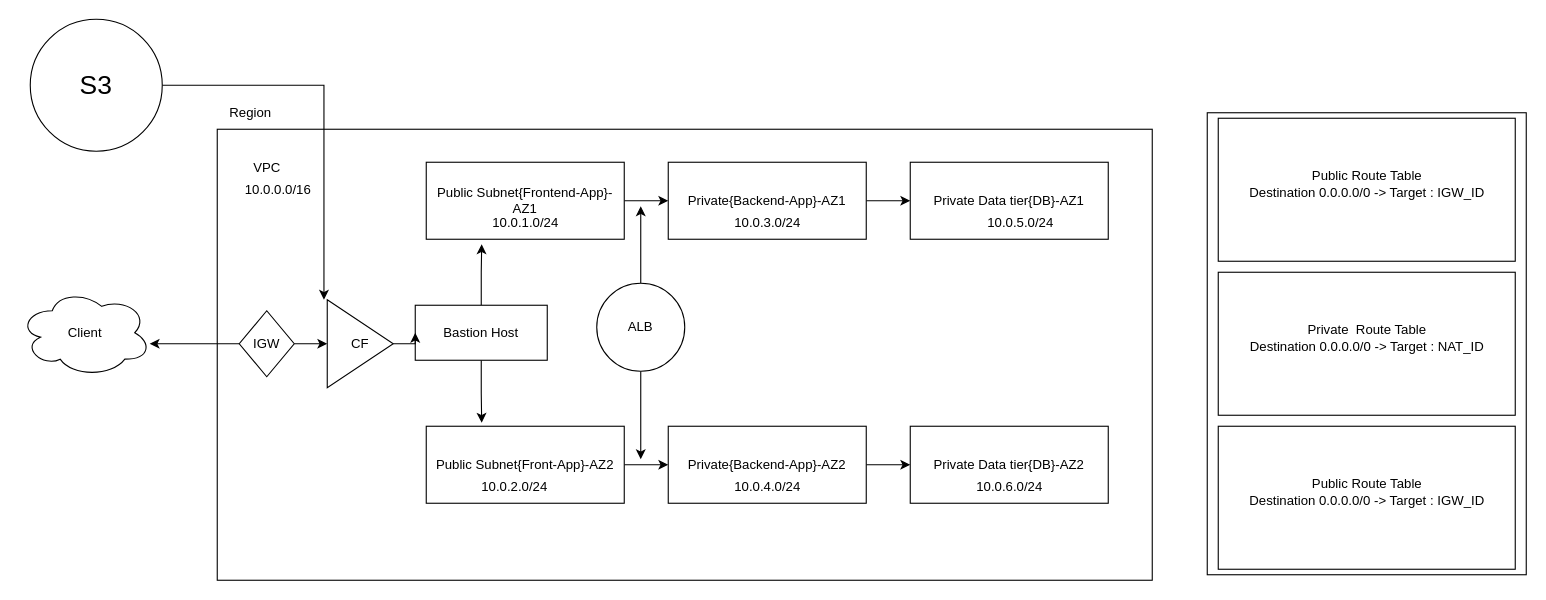
This is .drawio from varadharajanravi/Varadharajanravi.github.io, a draw.io file, before an edit. Source tidied: cells renumbered, new cells numbered last; positions are measured from the earlier drawing's top-left corner, leaving out a move shared by most shapes. Both pictures are drawn from the tidied source at 110%, with x=0, y=0 at pixel (19, 19).
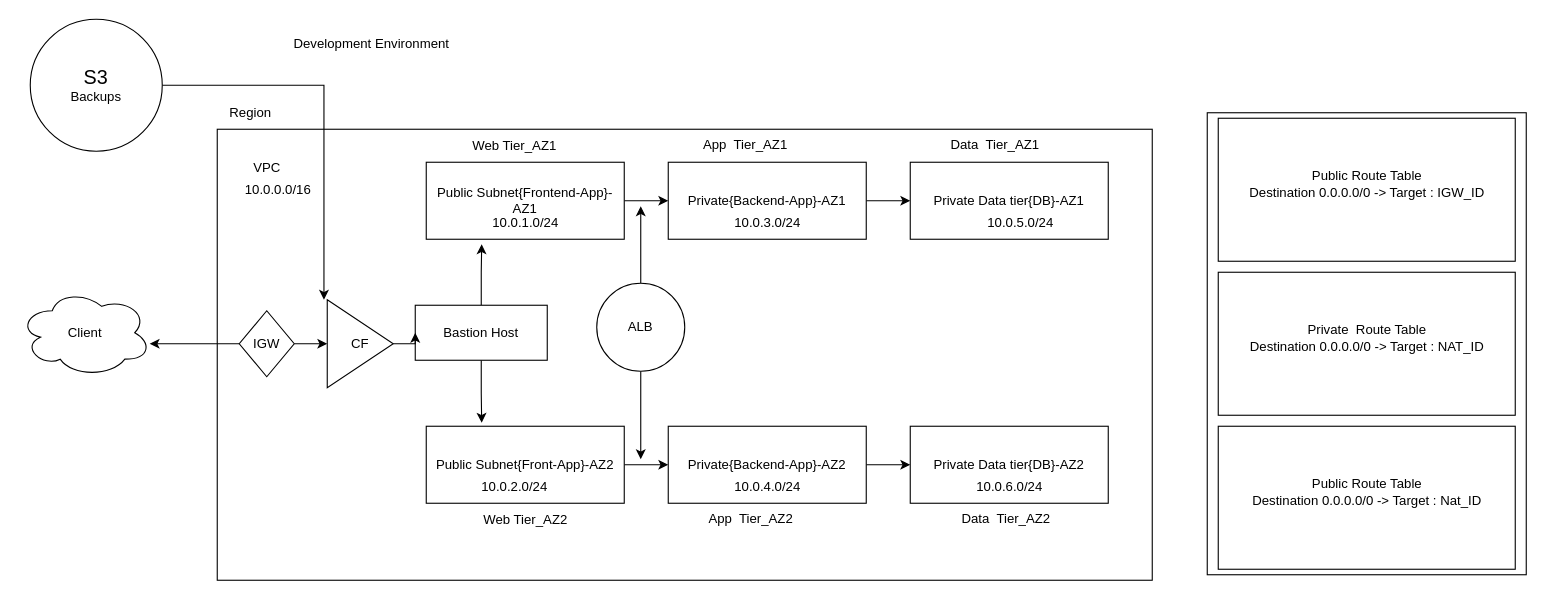
Above is the later version.

Change to the diagram source:
```diff
@@
-    <mxCell id="40" value="&lt;div&gt;Public Route Table&lt;/div&gt;&lt;div&gt;Destination 0.0.0.0/0 -&amp;gt; Target : IGW_ID&lt;br&gt;&lt;/div&gt;" style="text;html=1;align=center;verticalAlign=middle;strokeColor=none;fillColor=none;" parent="1" vertex="1">
+    <mxCell id="40" value="&lt;div&gt;Public Route Table&lt;/div&gt;&lt;div&gt;Destination 0.0.0.0/0 -&amp;gt; Target : Nat_ID&lt;br&gt;&lt;/div&gt;" style="text;html=1;align=center;verticalAlign=middle;strokeColor=none;fillColor=none;" parent="1" vertex="1">
       <mxGeometry x="1110" y="410" width="230" height="40" as="geometry" />
     </mxCell>
@@
-    <mxCell id="42" value="&lt;font style=&quot;font-size: 24px;&quot;&gt;S3&lt;/font&gt;" style="ellipse;whiteSpace=wrap;html=1;" parent="1" vertex="1">
+    <mxCell id="42" value="&lt;div&gt;&lt;font style=&quot;font-size: 18px;&quot;&gt;S3&lt;font&gt;&lt;br&gt;&lt;/font&gt;&lt;/font&gt;&lt;/div&gt;&lt;div&gt;&lt;font style=&quot;font-size: 12px;&quot;&gt;Backups&lt;font&gt;&lt;br&gt;&lt;/font&gt;&lt;/font&gt;&lt;/div&gt;" style="ellipse;whiteSpace=wrap;html=1;" parent="1" vertex="1">
       <mxGeometry x="10" width="120" height="120" as="geometry" />
     </mxCell>
+    <mxCell id="43" value="Development Environment" style="text;html=1;align=center;verticalAlign=middle;strokeColor=none;fillColor=none;" parent="1" vertex="1">
+      <mxGeometry x="240" y="8" width="160" height="30" as="geometry" />
+    </mxCell>
+    <mxCell id="44" value="Web Tier_AZ1" style="text;html=1;align=center;verticalAlign=middle;strokeColor=none;fillColor=none;" parent="1" vertex="1">
+      <mxGeometry x="400" y="100" width="100" height="30" as="geometry" />
+    </mxCell>
+    <mxCell id="45" value="Web Tier_AZ2" style="text;html=1;align=center;verticalAlign=middle;strokeColor=none;fillColor=none;" parent="1" vertex="1">
+      <mxGeometry x="410" y="440" width="100" height="30" as="geometry" />
+    </mxCell>
+    <mxCell id="46" value="App&amp;nbsp; Tier_AZ1" style="text;whiteSpace=wrap;html=1;" parent="1" vertex="1">
+      <mxGeometry x="620" y="100" width="110" height="40" as="geometry" />
+    </mxCell>
+    <mxCell id="47" value="&lt;div&gt;App&amp;nbsp; Tier_AZ2&lt;/div&gt;&lt;div&gt;&lt;br&gt;&lt;/div&gt;" style="text;whiteSpace=wrap;html=1;" parent="1" vertex="1">
+      <mxGeometry x="625" y="440" width="110" height="40" as="geometry" />
+    </mxCell>
+    <mxCell id="48" value="Data&amp;nbsp; Tier_AZ1" style="text;whiteSpace=wrap;html=1;" parent="1" vertex="1">
+      <mxGeometry x="845" y="100" width="110" height="40" as="geometry" />
+    </mxCell>
+    <mxCell id="49" value="Data&amp;nbsp; Tier_AZ2" style="text;whiteSpace=wrap;html=1;" parent="1" vertex="1">
+      <mxGeometry x="855" y="440" width="110" height="40" as="geometry" />
+    </mxCell>
```
